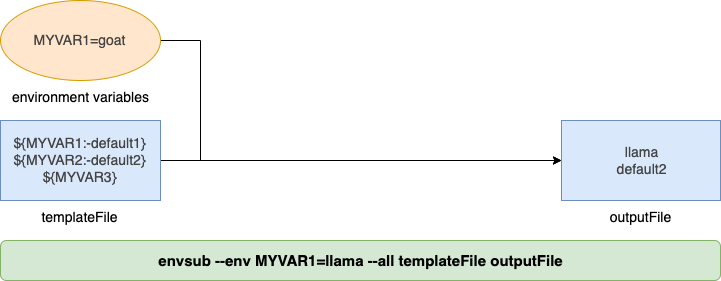
Above: images/envsub-default-env-all.png in danday74/envsub (draw.io), before the change. Source tidied: cells renumbered, new cells last; positions are measured from the earlier drawing's top-left corner, leaving out a move shared by most shapes. The source it was exported from:
```xml
<mxGraphModel>
  <root>
    <mxCell id="0" />
    <mxCell id="1" parent="0" />
    <mxCell id="2" style="edgeStyle=orthogonalEdgeStyle;rounded=0;jettySize=auto;html=1;fontFamily=Helvetica;fontSize=15;" parent="1" edge="1" source="3" target="8">
      <mxGeometry relative="1" as="geometry">
        <Array as="points">
          <mxPoint x="200" y="40" />
          <mxPoint x="200" y="160" />
        </Array>
      </mxGeometry>
    </mxCell>
    <mxCell id="3" style="ellipse;whiteSpace=wrap;html=1;fillColor=#ffe6cc;strokeColor=#d79b00;" parent="1" vertex="1">
      <mxGeometry width="160" height="80" as="geometry" />
    </mxCell>
    <mxCell id="4" style="edgeStyle=orthogonalEdgeStyle;rounded=0;jettySize=auto;html=1;fontFamily=Helvetica;fontSize=15;" parent="1" edge="1" source="5" target="8">
      <mxGeometry relative="1" as="geometry" />
    </mxCell>
    <mxCell id="5" style="rounded=0;whiteSpace=wrap;html=1;fillColor=#dae8fc;strokeColor=#6c8ebf;" parent="1" vertex="1">
      <mxGeometry y="120" width="160" height="80" as="geometry" />
    </mxCell>
    <mxCell id="6" value="environment variables" style="text;html=1;align=center;verticalAlign=middle;strokeColor=none;fillColor=none;fontSize=14;fontFamily=Helvetica;" parent="1" vertex="1">
      <mxGeometry y="82" width="160" height="30" as="geometry" />
    </mxCell>
    <mxCell id="7" value="templateFile" style="text;html=1;align=center;verticalAlign=middle;strokeColor=none;fillColor=none;fontSize=14;fontFamily=Helvetica;" parent="1" vertex="1">
      <mxGeometry x="29" y="202" width="100" height="30" as="geometry" />
    </mxCell>
    <mxCell id="8" style="rounded=0;whiteSpace=wrap;html=1;fillColor=#dae8fc;strokeColor=#6c8ebf;" parent="1" vertex="1">
      <mxGeometry x="561" y="120" width="159" height="80" as="geometry" />
    </mxCell>
    <mxCell id="9" style="rounded=1;whiteSpace=wrap;html=1;fontFamily=Helvetica;fontSize=14;fillColor=#d5e8d4;strokeColor=#82b366;" parent="1" vertex="1">
      <mxGeometry y="240" width="720" height="40" as="geometry" />
    </mxCell>
    <mxCell id="10" value="outputFile" style="text;html=1;align=center;verticalAlign=middle;strokeColor=none;fillColor=none;fontSize=14;fontFamily=Helvetica;" parent="1" vertex="1">
      <mxGeometry x="599.5" y="202" width="80" height="30" as="geometry" />
    </mxCell>
    <mxCell id="11" value="envsub --env MYVAR1=llama&amp;nbsp;--all templateFile outputFile" style="text;html=1;align=center;verticalAlign=middle;strokeColor=none;fillColor=none;fontSize=15;fontFamily=Helvetica;fontStyle=1;" parent="1" vertex="1">
      <mxGeometry x="145" y="245" width="430" height="30" as="geometry" />
    </mxCell>
    <mxCell id="12" value="${MYVAR1:-default1}&lt;br&gt;${MYVAR2:-default2}&lt;br&gt;${MYVAR3}" style="text;html=1;align=center;verticalAlign=middle;strokeColor=none;fillColor=none;fontSize=14;fontFamily=Helvetica;spacing=1;fontColor=#454545;" parent="1" vertex="1">
      <mxGeometry x="4" y="130" width="150" height="60" as="geometry" />
    </mxCell>
    <mxCell id="13" value="MYVAR1=goat&lt;br style=&quot;font-size: 14px;&quot;&gt;" style="text;html=1;align=center;verticalAlign=middle;strokeColor=none;fillColor=none;fontSize=14;fontFamily=Helvetica;spacing=1;fontColor=#454545;" parent="1" vertex="1">
      <mxGeometry x="24" y="25" width="110" height="30" as="geometry" />
    </mxCell>
    <mxCell id="14" value="llama&lt;br&gt;default2" style="text;html=1;align=center;verticalAlign=middle;strokeColor=none;fillColor=none;fontSize=14;fontFamily=Helvetica;spacing=1;fontColor=#454545;" parent="1" vertex="1">
      <mxGeometry x="605.5" y="135" width="70" height="50" as="geometry" />
    </mxCell>
  </root>
</mxGraphModel>
```
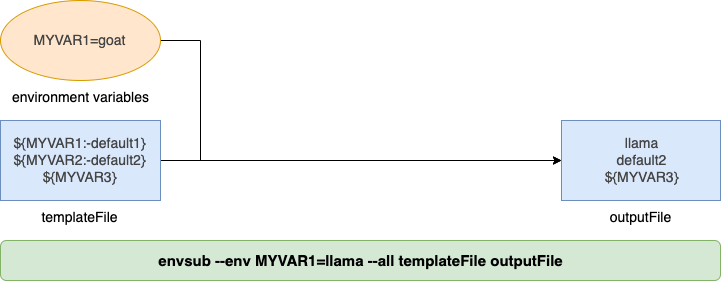
The same file after the commit.

Change to the diagram source:
```diff
@@ -43,8 +43,8 @@
     <mxCell id="13" value="MYVAR1=goat&lt;br style=&quot;font-size: 14px;&quot;&gt;" style="text;html=1;align=center;verticalAlign=middle;strokeColor=none;fillColor=none;fontSize=14;fontFamily=Helvetica;spacing=1;fontColor=#454545;" parent="1" vertex="1">
       <mxGeometry x="24" y="25" width="110" height="30" as="geometry" />
     </mxCell>
-    <mxCell id="14" value="llama&lt;br&gt;default2" style="text;html=1;align=center;verticalAlign=middle;strokeColor=none;fillColor=none;fontSize=14;fontFamily=Helvetica;spacing=1;fontColor=#454545;" parent="1" vertex="1">
-      <mxGeometry x="605.5" y="135" width="70" height="50" as="geometry" />
+    <mxCell id="14" value="llama&lt;br&gt;default2&lt;br&gt;${MYVAR3}" style="text;html=1;align=center;verticalAlign=middle;strokeColor=none;fillColor=none;fontSize=14;fontFamily=Helvetica;spacing=1;fontColor=#454545;" parent="1" vertex="1">
+      <mxGeometry x="590.5" y="130" width="100" height="60" as="geometry" />
     </mxCell>
   </root>
 </mxGraphModel>
```
